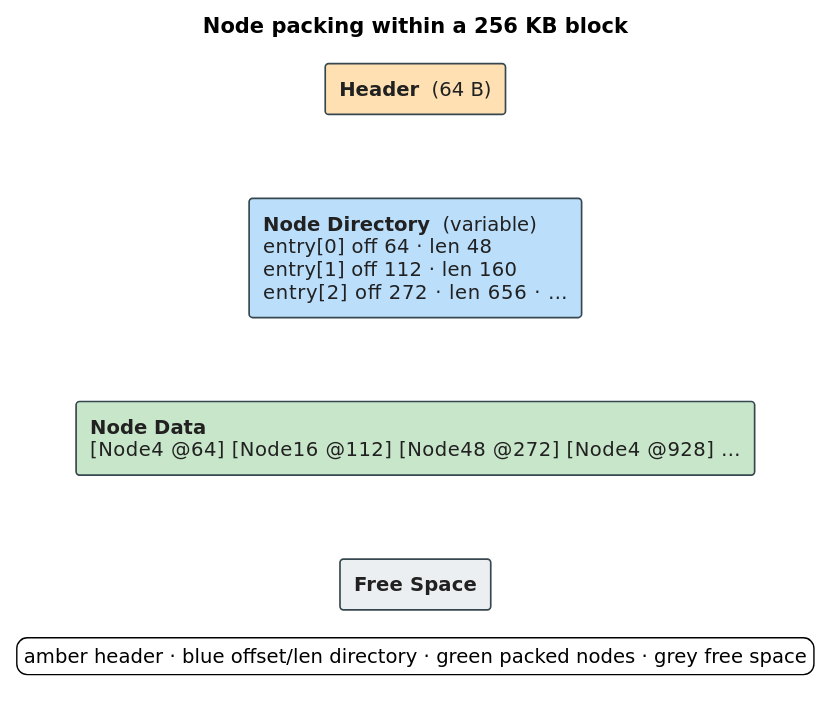
Above: docs/diagrams/part-block-layout.svg in vinary-tree/libdictenstein (PlantUML), before the change. Its source is kept beside it as docs/diagrams/src/part-block-layout.puml. Its diagram source:
```plantuml
@startuml part-block-layout
skinparam defaultFontSize 14
skinparam shadowing false
skinparam backgroundColor #FFFFFF
skinparam defaultFontName "DejaVu Sans"
skinparam rectangle {
  BorderColor #37474F
  FontColor #212121
  BorderThickness 1.2
}
skinparam TitleFontSize 15

title Node packing within a 256 KB block

rectangle "**Header**  (64 B)" as H #FFE0B2
rectangle "**Node Directory**  (variable)\nentry[0]  off 64 · len 48\nentry[1]  off 112 · len 160\nentry[2]  off 272 · len 656   · …" as DIR #BBDEFB
rectangle "**Node Data**\n[Node4 @64]  [Node16 @112]  [Node48 @272]  [Node4 @928]  …" as DATA #C8E6C9
rectangle "**Free Space**" as F #ECEFF1

H -[hidden]down- DIR
DIR -[hidden]down- DATA
DATA -[hidden]down- F

legend bottom
  amber header · blue offset/len directory · green packed nodes · grey free space
endlegend
@enduml
```
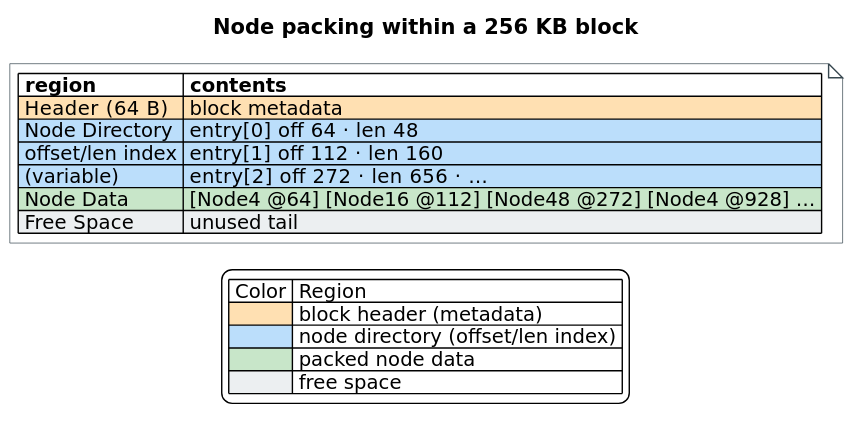
After the commit.

Diff of the diagram source:
```diff
@@ -3,25 +3,30 @@
 skinparam shadowing false
 skinparam backgroundColor #FFFFFF
 skinparam defaultFontName "DejaVu Sans"
-skinparam rectangle {
+skinparam TitleFontSize 15
+skinparam noteFontSize 14
+skinparam note {
+  BackgroundColor #FFFFFF
   BorderColor #37474F
-  FontColor #212121
-  BorderThickness 1.2
 }
-skinparam TitleFontSize 15
 
 title Node packing within a 256 KB block
 
-rectangle "**Header**  (64 B)" as H #FFE0B2
-rectangle "**Node Directory**  (variable)\nentry[0]  off 64 · len 48\nentry[1]  off 112 · len 160\nentry[2]  off 272 · len 656   · …" as DIR #BBDEFB
-rectangle "**Node Data**\n[Node4 @64]  [Node16 @112]  [Node48 @272]  [Node4 @928]  …" as DATA #C8E6C9
-rectangle "**Free Space**" as F #ECEFF1
-
-H -[hidden]down- DIR
-DIR -[hidden]down- DATA
-DATA -[hidden]down- F
+note as BL
+|= region |= contents |
+|<#FFE0B2> Header  (64 B) |<#FFE0B2> block metadata |
+|<#BBDEFB> Node Directory |<#BBDEFB> entry[0]  off 64 · len 48 |
+|<#BBDEFB> offset/len index |<#BBDEFB> entry[1]  off 112 · len 160 |
+|<#BBDEFB> (variable) |<#BBDEFB> entry[2]  off 272 · len 656  · … |
+|<#C8E6C9> Node Data |<#C8E6C9> [Node4 @64] [Node16 @112] [Node48 @272] [Node4 @928] … |
+|<#ECEFF1> Free Space |<#ECEFF1> unused tail |
+end note
 
 legend bottom
-  amber header · blue offset/len directory · green packed nodes · grey free space
+| Color | Region |
+|<#FFE0B2>| block header (metadata) |
+|<#BBDEFB>| node directory (offset/len index) |
+|<#C8E6C9>| packed node data |
+|<#ECEFF1>| free space |
 endlegend
 @enduml
```
